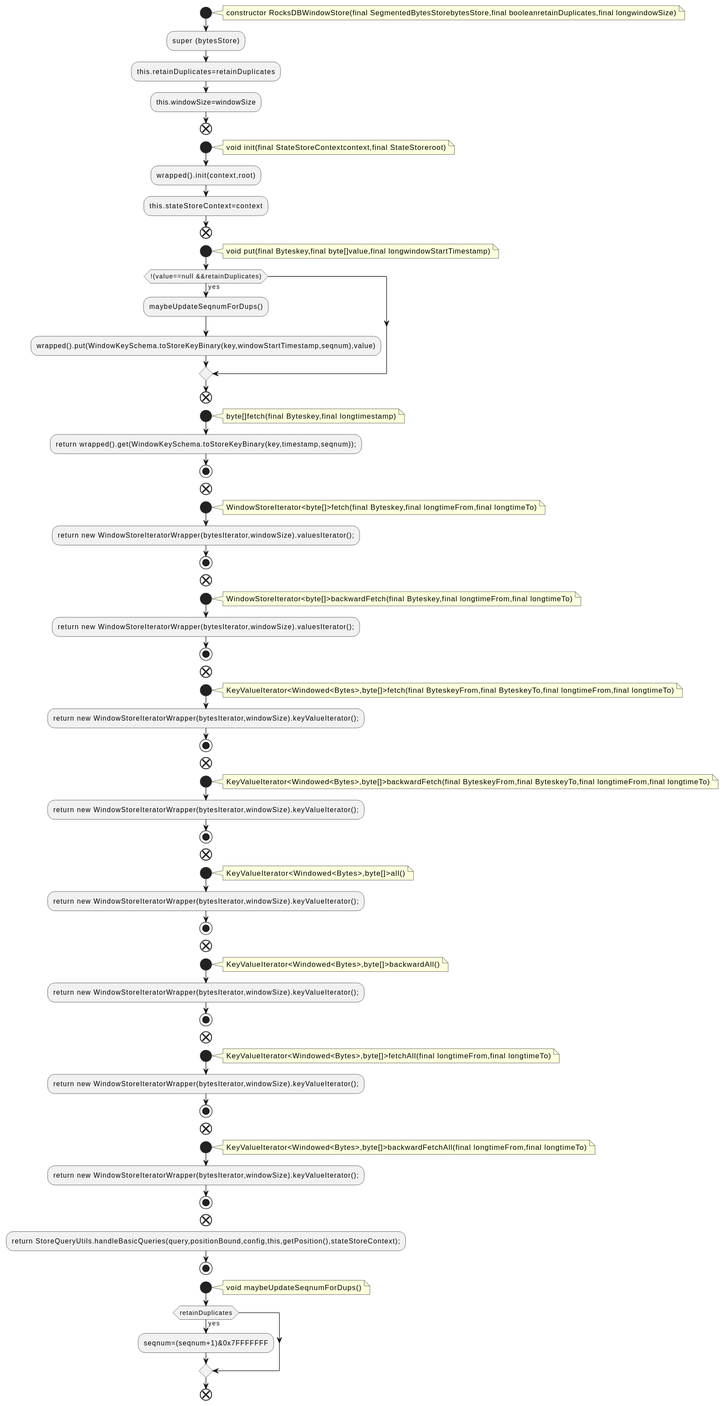
Above: docs/qc/streams/src/main/java/org/apache/kafka/streams/state/internals/RocksDBWindowStore.java.fct.svg in qualitesys/kafka (PlantUML), before the change. The source it was exported from:
```plantuml
@startuml
!pragma layout smetana
start
note right
constructor RocksDBWindowStore(final SegmentedBytesStorebytesStore,final booleanretainDuplicates,final longwindowSize)
end note
:super (bytesStore);
:this.retainDuplicates=retainDuplicates;
:this.windowSize=windowSize;
end
start
note right
void init(final StateStoreContextcontext,final StateStoreroot)
end note
:wrapped().init(context,root);
:this.stateStoreContext=context;
end
start
note right
void put(final Byteskey,final byte[]value,final longwindowStartTimestamp)
end note
if (!(value==null &&retainDuplicates)) then (yes)
:maybeUpdateSeqnumForDups();
:wrapped().put(WindowKeySchema.toStoreKeyBinary(key,windowStartTimestamp,seqnum),value);
endif
end
start
note right
byte[]fetch(final Byteskey,final longtimestamp)
end note
:return wrapped().get(WindowKeySchema.toStoreKeyBinary(key,timestamp,seqnum));;
stop
end
start
note right
WindowStoreIterator<byte[]>fetch(final Byteskey,final longtimeFrom,final longtimeTo)
end note
:return new WindowStoreIteratorWrapper(bytesIterator,windowSize).valuesIterator();;
stop
end
start
note right
WindowStoreIterator<byte[]>backwardFetch(final Byteskey,final longtimeFrom,final longtimeTo)
end note
:return new WindowStoreIteratorWrapper(bytesIterator,windowSize).valuesIterator();;
stop
end
start
note right
KeyValueIterator<Windowed<Bytes>,byte[]>fetch(final ByteskeyFrom,final ByteskeyTo,final longtimeFrom,final longtimeTo)
end note
:return new WindowStoreIteratorWrapper(bytesIterator,windowSize).keyValueIterator();;
stop
end
start
note right
KeyValueIterator<Windowed<Bytes>,byte[]>backwardFetch(final ByteskeyFrom,final ByteskeyTo,final longtimeFrom,final longtimeTo)
end note
:return new WindowStoreIteratorWrapper(bytesIterator,windowSize).keyValueIterator();;
stop
end
start
note right
KeyValueIterator<Windowed<Bytes>,byte[]>all()
end note
:return new WindowStoreIteratorWrapper(bytesIterator,windowSize).keyValueIterator();;
stop
end
start
note right
KeyValueIterator<Windowed<Bytes>,byte[]>backwardAll()
end note
:return new WindowStoreIteratorWrapper(bytesIterator,windowSize).keyValueIterator();;
stop
end
start
note right
KeyValueIterator<Windowed<Bytes>,byte[]>fetchAll(final longtimeFrom,final longtimeTo)
end note
:return new WindowStoreIteratorWrapper(bytesIterator,windowSize).keyValueIterator();;
stop
end
start
note right
KeyValueIterator<Windowed<Bytes>,byte[]>backwardFetchAll(final longtimeFrom,final longtimeTo)
end note
:return new WindowStoreIteratorWrapper(bytesIterator,windowSize).keyValueIterator();;
stop
end
:return StoreQueryUtils.handleBasicQueries(query,positionBound,config,this,getPosition(),stateStoreContext);;
stop
start
note right
void maybeUpdateSeqnumForDups()
end note
if (retainDuplicates) then (yes)
:seqnum=(seqnum+1)&0x7FFFFFFF;
endif
end
@enduml
```
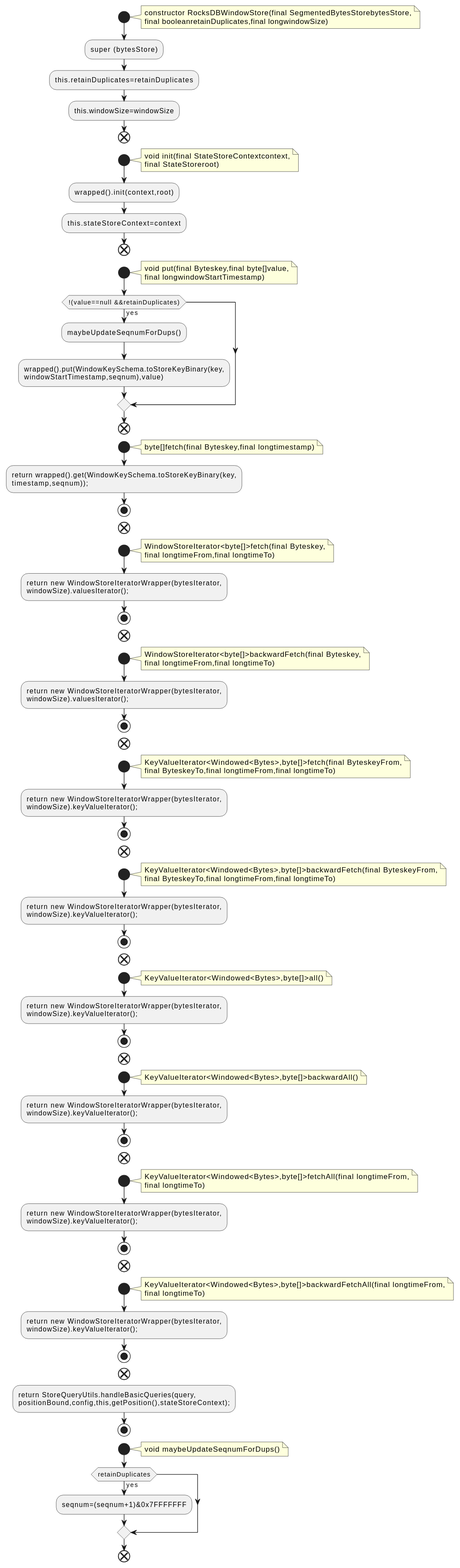
Later version of the same file.

Change to the diagram source:
```diff
@@ -2,7 +2,8 @@
 !pragma layout smetana
 start
 note right
-constructor RocksDBWindowStore(final SegmentedBytesStorebytesStore,final booleanretainDuplicates,final longwindowSize)
+constructor RocksDBWindowStore(final SegmentedBytesStorebytesStore,
+final booleanretainDuplicates,final longwindowSize)
 end note
 :super (bytesStore);
 :this.retainDuplicates=retainDuplicates;
@@ -10,84 +11,103 @@
 end
 start
 note right
-void init(final StateStoreContextcontext,final StateStoreroot)
+void init(final StateStoreContextcontext,
+final StateStoreroot)
 end note
 :wrapped().init(context,root);
 :this.stateStoreContext=context;
 end
 start
 note right
-void put(final Byteskey,final byte[]value,final longwindowStartTimestamp)
+void put(final Byteskey,final byte[]value,
+final longwindowStartTimestamp)
 end note
 if (!(value==null &&retainDuplicates)) then (yes)
 :maybeUpdateSeqnumForDups();
-:wrapped().put(WindowKeySchema.toStoreKeyBinary(key,windowStartTimestamp,seqnum),value);
+:wrapped().put(WindowKeySchema.toStoreKeyBinary(key,
+windowStartTimestamp,seqnum),value);
 endif
 end
 start
 note right
 byte[]fetch(final Byteskey,final longtimestamp)
 end note
-:return wrapped().get(WindowKeySchema.toStoreKeyBinary(key,timestamp,seqnum));;
+:return wrapped().get(WindowKeySchema.toStoreKeyBinary(key,
+timestamp,seqnum));;
 stop
 end
 start
 note right
-WindowStoreIterator<byte[]>fetch(final Byteskey,final longtimeFrom,final longtimeTo)
+WindowStoreIterator<byte[]>fetch(final Byteskey,
+final longtimeFrom,final longtimeTo)
 end note
-:return new WindowStoreIteratorWrapper(bytesIterator,windowSize).valuesIterator();;
+:return new WindowStoreIteratorWrapper(bytesIterator,
+windowSize).valuesIterator();;
 stop
 end
 start
 note right
-WindowStoreIterator<byte[]>backwardFetch(final Byteskey,final longtimeFrom,final longtimeTo)
+WindowStoreIterator<byte[]>backwardFetch(final Byteskey,
+final longtimeFrom,final longtimeTo)
 end note
-:return new WindowStoreIteratorWrapper(bytesIterator,windowSize).valuesIterator();;
+:return new WindowStoreIteratorWrapper(bytesIterator,
+windowSize).valuesIterator();;
 stop
 end
 start
 note right
-KeyValueIterator<Windowed<Bytes>,byte[]>fetch(final ByteskeyFrom,final ByteskeyTo,final longtimeFrom,final longtimeTo)
+KeyValueIterator<Windowed<Bytes>,byte[]>fetch(final ByteskeyFrom,
+final ByteskeyTo,final longtimeFrom,final longtimeTo)
 end note
-:return new WindowStoreIteratorWrapper(bytesIterator,windowSize).keyValueIterator();;
+:return new WindowStoreIteratorWrapper(bytesIterator,
+windowSize).keyValueIterator();;
 stop
 end
 start
 note right
-KeyValueIterator<Windowed<Bytes>,byte[]>backwardFetch(final ByteskeyFrom,final ByteskeyTo,final longtimeFrom,final longtimeTo)
+KeyValueIterator<Windowed<Bytes>,byte[]>backwardFetch(final ByteskeyFrom,
+final ByteskeyTo,final longtimeFrom,final longtimeTo)
 end note
-:return new WindowStoreIteratorWrapper(bytesIterator,windowSize).keyValueIterator();;
+:return new WindowStoreIteratorWrapper(bytesIterator,
+windowSize).keyValueIterator();;
 stop
 end
 start
 note right
 KeyValueIterator<Windowed<Bytes>,byte[]>all()
 end note
-:return new WindowStoreIteratorWrapper(bytesIterator,windowSize).keyValueIterator();;
+:return new WindowStoreIteratorWrapper(bytesIterator,
+windowSize).keyValueIterator();;
 stop
 end
 start
 note right
 KeyValueIterator<Windowed<Bytes>,byte[]>backwardAll()
 end note
-:return new WindowStoreIteratorWrapper(bytesIterator,windowSize).keyValueIterator();;
+:return new WindowStoreIteratorWrapper(bytesIterator,
+windowSize).keyValueIterator();;
 stop
 end
 start
 note right
-KeyValueIterator<Windowed<Bytes>,byte[]>fetchAll(final longtimeFrom,final longtimeTo)
+KeyValueIterator<Windowed<Bytes>,byte[]>fetchAll(final longtimeFrom,
+final longtimeTo)
 end note
-:return new WindowStoreIteratorWrapper(bytesIterator,windowSize).keyValueIterator();;
+:return new WindowStoreIteratorWrapper(bytesIterator,
+windowSize).keyValueIterator();;
 stop
 end
 start
 note right
-KeyValueIterator<Windowed<Bytes>,byte[]>backwardFetchAll(final longtimeFrom,final longtimeTo)
+KeyValueIterator<Windowed<Bytes>,byte[]>backwardFetchAll(final longtimeFrom,
+final longtimeTo)
 end note
-:return new WindowStoreIteratorWrapper(bytesIterator,windowSize).keyValueIterator();;
+:return new WindowStoreIteratorWrapper(bytesIterator,
+windowSize).keyValueIterator();;
 stop
 end
-:return StoreQueryUtils.handleBasicQueries(query,positionBound,config,this,getPosition(),stateStoreContext);;
+:return StoreQueryUtils.handleBasicQueries(query,
+positionBound,config,this,getPosition(),stateStoreContext);;
 stop
 start
 note right
```
